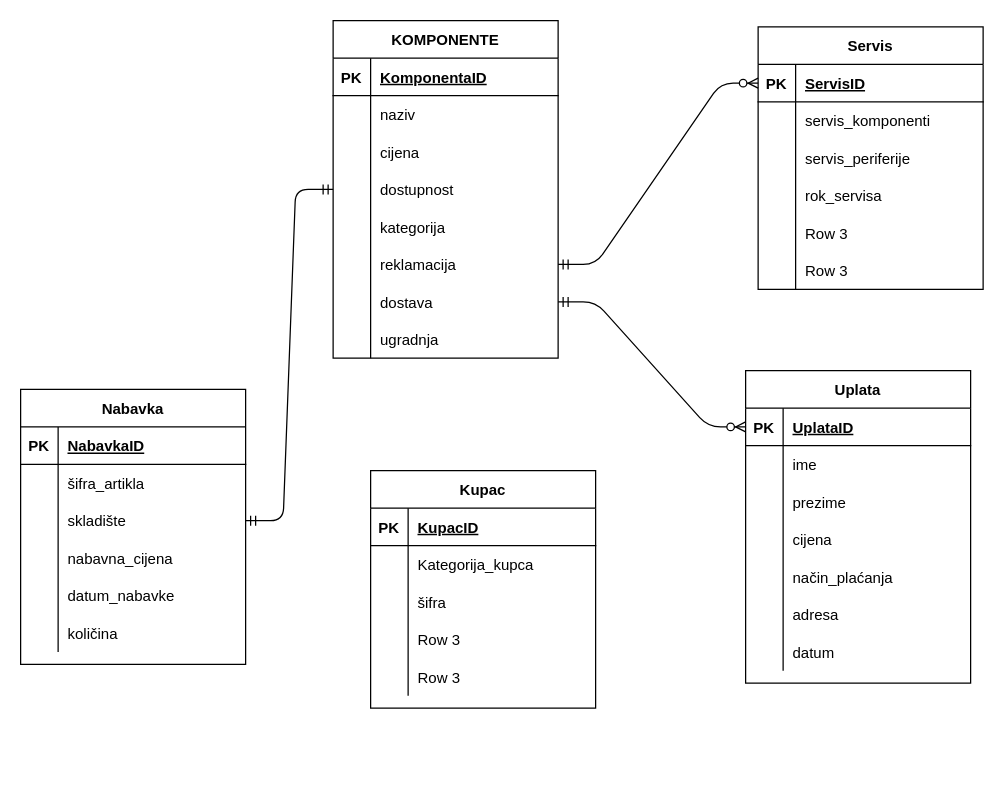
Earlier version of the draw.io diagram erd.drawio (vela02/erd). Source tidied: cells renumbered, new cells numbered last; positions are measured from the earlier drawing's top-left corner, leaving out a move shared by most shapes. Both pictures are drawn from the tidied source at 125%, with x=0, y=0 at pixel (20, 20).
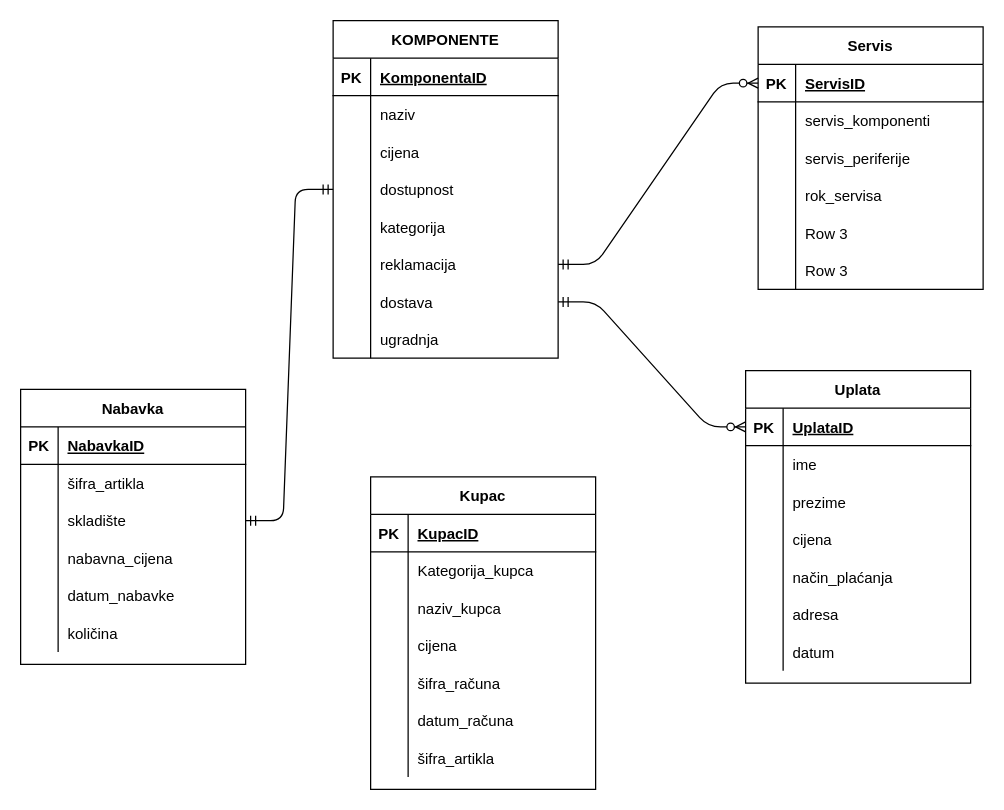
The same diagram, later.

Unchanged cells that the change refers to:
```xml
<mxCell id="99" style="shape=partialRectangle;fillColor=none;top=0;left=0;bottom=0;right=0;" parent="92" vertex="1">
  <mxGeometry y="90" width="180" height="30" as="geometry" />
</mxCell>
<mxCell id="102" style="shape=partialRectangle;fillColor=none;top=0;left=0;bottom=0;right=0;" parent="92" vertex="1">
  <mxGeometry y="120" width="180" height="30" as="geometry" />
</mxCell>
<mxCell id="105" style="shape=partialRectangle;fillColor=none;top=0;left=0;bottom=0;right=0;" parent="92" vertex="1">
  <mxGeometry y="150" width="180" height="30" as="geometry" />
</mxCell>
```

What changed in the source:
```diff
@@
     <mxCell id="92" value="Kupac" style="shape=table;startSize=30;childLayout=tableLayout;rowLines=0;fontStyle=1;align=center;" parent="1" vertex="1">
-      <mxGeometry x="280" y="360" width="180" height="190" as="geometry" />
+      <mxGeometry x="280" y="365" width="180" height="250" as="geometry" />
     </mxCell>
@@
-    <mxCell id="101" value="šifra" style="shape=partialRectangle;fillColor=none;top=0;left=0;bottom=0;right=0;align=left;spacingLeft=6;overflow=hidden;" parent="99" vertex="1">
+    <mxCell id="101" value="naziv_kupca" style="shape=partialRectangle;fillColor=none;top=0;left=0;bottom=0;right=0;align=left;spacingLeft=6;overflow=hidden;" parent="99" vertex="1">
       <mxGeometry x="30" width="150" height="30" as="geometry" />
     </mxCell>
@@
-    <mxCell id="104" value="Row 3" style="shape=partialRectangle;fillColor=none;top=0;left=0;bottom=0;right=0;align=left;spacingLeft=6;overflow=hidden;" parent="102" vertex="1">
+    <mxCell id="104" value="cijena" style="shape=partialRectangle;fillColor=none;top=0;left=0;bottom=0;right=0;align=left;spacingLeft=6;overflow=hidden;" parent="102" vertex="1">
       <mxGeometry x="30" width="150" height="30" as="geometry" />
     </mxCell>
@@
-    <mxCell id="107" value="Row 3" style="shape=partialRectangle;fillColor=none;top=0;left=0;bottom=0;right=0;align=left;spacingLeft=6;overflow=hidden;" parent="105" vertex="1">
+    <mxCell id="107" value="šifra_računa" style="shape=partialRectangle;fillColor=none;top=0;left=0;bottom=0;right=0;align=left;spacingLeft=6;overflow=hidden;" parent="105" vertex="1">
       <mxGeometry x="30" width="150" height="30" as="geometry" />
     </mxCell>
+    <mxCell id="108" style="shape=partialRectangle;fillColor=none;top=0;left=0;bottom=0;right=0;" parent="92" vertex="1">
+      <mxGeometry y="180" width="180" height="30" as="geometry" />
+    </mxCell>
+    <mxCell id="109" style="shape=partialRectangle;fillColor=none;top=0;left=0;bottom=0;right=0;overflow=hidden;" parent="108" vertex="1">
+      <mxGeometry width="30" height="30" as="geometry" />
+    </mxCell>
+    <mxCell id="110" value="datum_računa" style="shape=partialRectangle;fillColor=none;top=0;left=0;bottom=0;right=0;align=left;spacingLeft=6;overflow=hidden;" parent="108" vertex="1">
+      <mxGeometry x="30" width="150" height="30" as="geometry" />
+    </mxCell>
+    <mxCell id="111" style="shape=partialRectangle;fillColor=none;top=0;left=0;bottom=0;right=0;" parent="92" vertex="1">
+      <mxGeometry y="210" width="180" height="30" as="geometry" />
+    </mxCell>
+    <mxCell id="112" style="shape=partialRectangle;fillColor=none;top=0;left=0;bottom=0;right=0;overflow=hidden;" parent="111" vertex="1">
+      <mxGeometry width="30" height="30" as="geometry" />
+    </mxCell>
+    <mxCell id="113" value="šifra_artikla" style="shape=partialRectangle;fillColor=none;top=0;left=0;bottom=0;right=0;align=left;spacingLeft=6;overflow=hidden;" parent="111" vertex="1">
+      <mxGeometry x="30" width="150" height="30" as="geometry" />
+    </mxCell>
```
